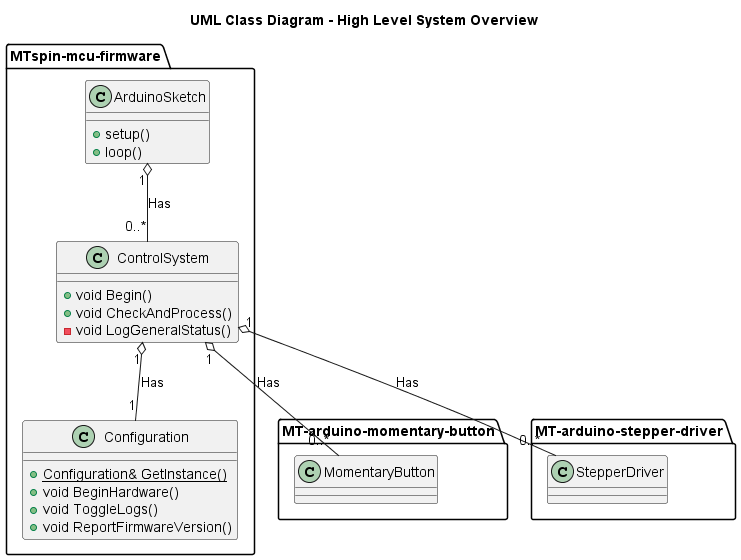
Morgritech/MTspin-mcu-firmware keeps this PlantUML diagram as docs/uml class diagram - overview/uml class diagram - overview.png. Above is the earlier version. Source of this version:
```plantuml
@startuml uml class diagram - overview
title UML Class Diagram - High Level System Overview

package MTspin-mcu-firmware {
  class ArduinoSketch {
    +setup()
    +loop()
  }

  class Configuration {
    +{static} Configuration& GetInstance()
    +void BeginHardware()
    +void ToggleLogs()
    +void ReportFirmwareVersion()
  }

  class ControlSystem {
    +void Begin()
    +void CheckAndProcess()
    -void LogGeneralStatus()
  }
}

package MT-arduino-momentary-button {
  class MomentaryButton {
  }
}

package MT-arduino-stepper-driver {
  class StepperDriver {
  }
}

ArduinoSketch "1" o--"0..*" ControlSystem : Has

ControlSystem "1" o-- "1" Configuration : Has
ControlSystem "1" o-- "0..*" MomentaryButton : Has
ControlSystem "1" o-- "0..*" StepperDriver : Has

@enduml
```
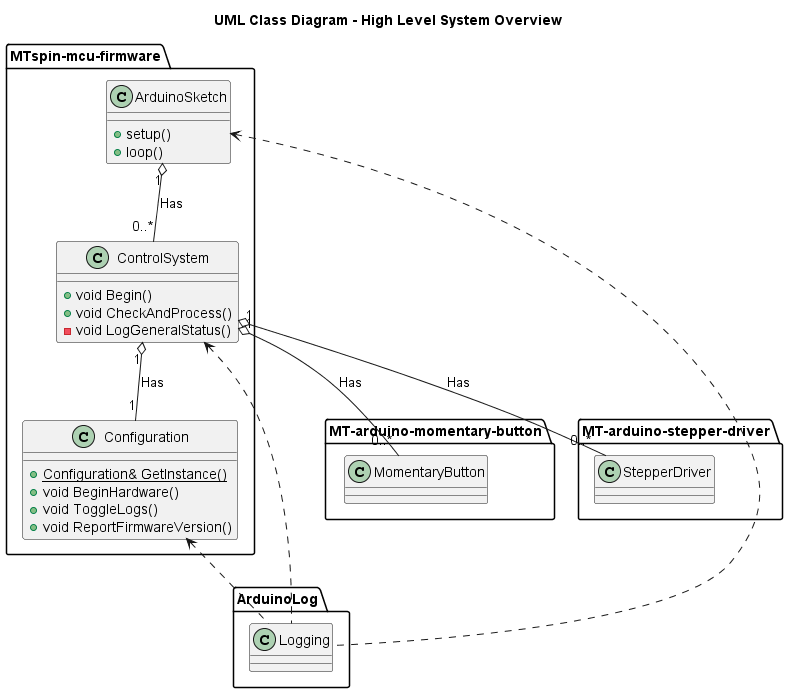
After the commit.

Commit message:
Updated uml class diagram.

The edit, as a diff of the source:
```diff
@@ -21,6 +21,11 @@
   }
 }
 
+package ArduinoLog {
+  class Logging {
+  }
+}
+
 package MT-arduino-momentary-button {
   class MomentaryButton {
   }
@@ -32,9 +37,13 @@
 }
 
 ArduinoSketch "1" o--"0..*" ControlSystem : Has
+ArduinoSketch <.. Logging
+
+Configuration <.. Logging
 
 ControlSystem "1" o-- "1" Configuration : Has
 ControlSystem "1" o-- "0..*" MomentaryButton : Has
 ControlSystem "1" o-- "0..*" StepperDriver : Has
+ControlSystem <.. Logging
 
 @enduml
```
